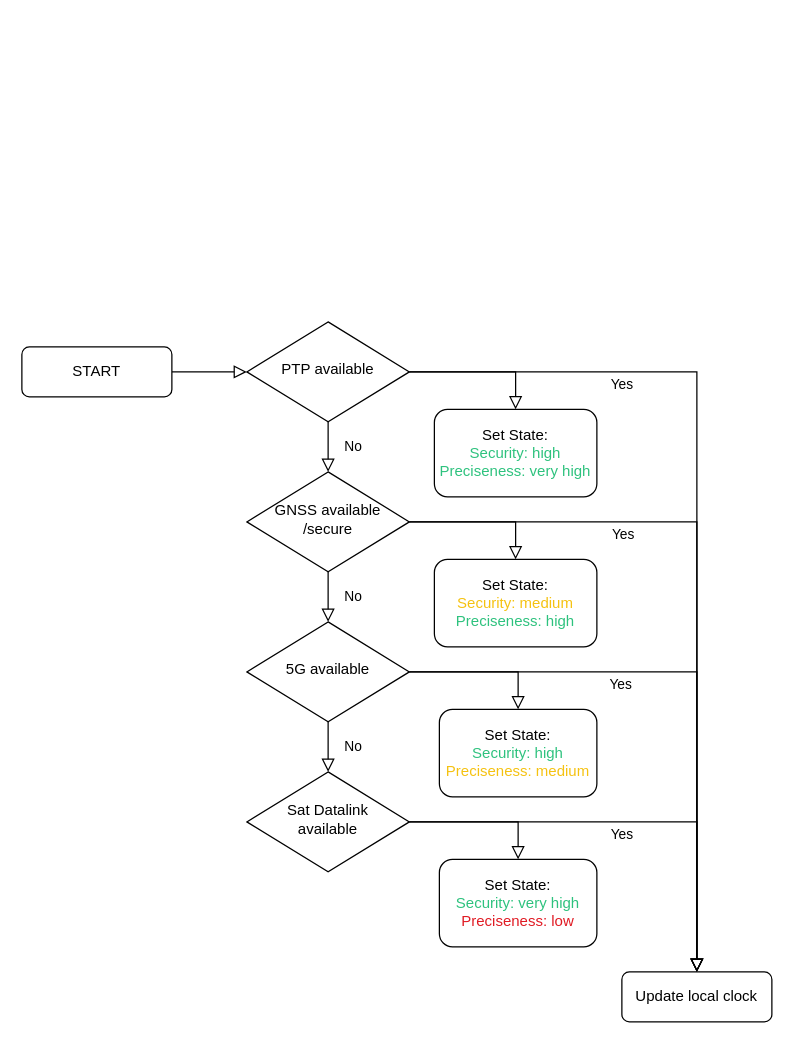
Above: time_sync.drawio in jahknem/SNCF_showcase (draw.io), before the change. Source tidied: cells renumbered, new cells numbered last; positions are measured from the earlier drawing's top-left corner, leaving out a move shared by most shapes. Both pictures are drawn from the tidied source at 125%, with x=0, y=0 at pixel (21, 321).
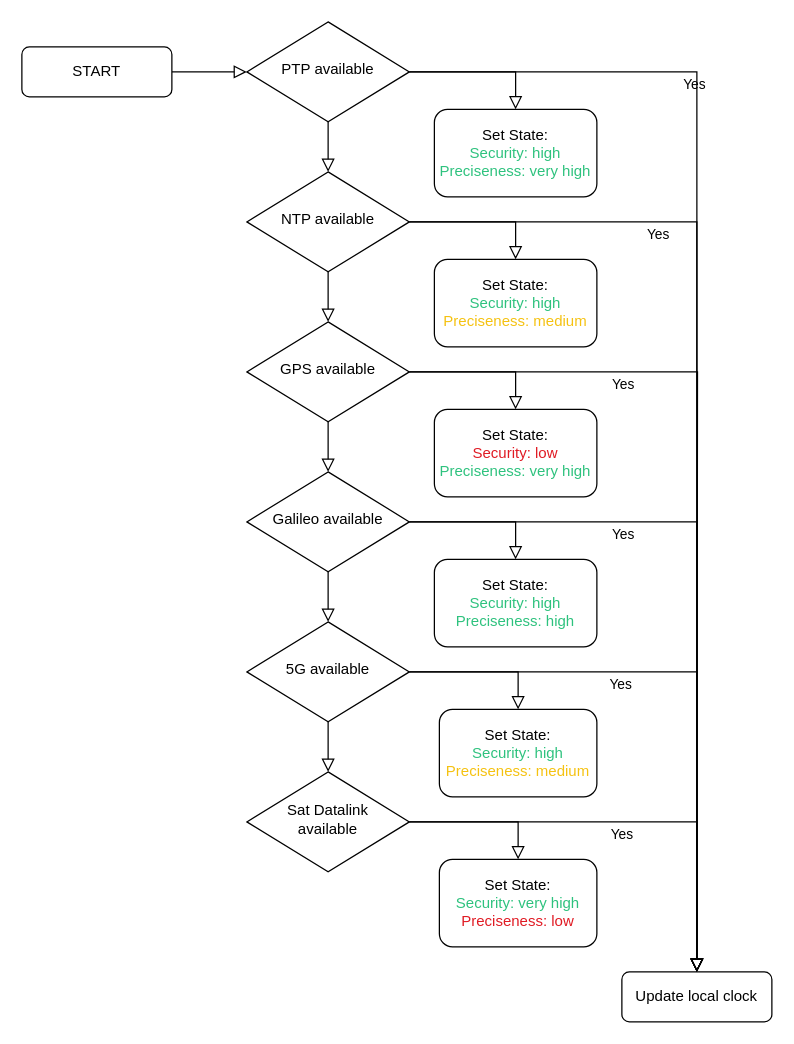
The same page after the edit.

Unchanged cells that the change refers to:
```xml
<mxCell id="7" value="Update local clock" style="rounded=1;whiteSpace=wrap;html=1;fontSize=12;glass=0;strokeWidth=1;shadow=0;" parent="1" vertex="1">
  <mxGeometry x="480" y="520" width="120" height="40" as="geometry" />
</mxCell>
<mxCell id="11" value="5G available" style="rhombus;whiteSpace=wrap;html=1;shadow=0;fontFamily=Helvetica;fontSize=12;align=center;strokeWidth=1;spacing=6;spacingTop=-4;" parent="1" vertex="1">
  <mxGeometry x="180" y="240" width="130" height="80" as="geometry" />
</mxCell>
<mxCell id="13" value="&lt;div&gt;Sat Datalink&lt;/div&gt;&lt;div&gt;available&lt;/div&gt;" style="rhombus;whiteSpace=wrap;html=1;shadow=0;fontFamily=Helvetica;fontSize=12;align=center;strokeWidth=1;spacing=6;spacingTop=-4;" parent="1" vertex="1">
  <mxGeometry x="180" y="360" width="130" height="80" as="geometry" />
</mxCell>
```

The edit, as a diff of the source:
```diff
@@
     <mxCell id="3" value="START" style="rounded=1;whiteSpace=wrap;html=1;fontSize=12;glass=0;strokeWidth=1;shadow=0;" parent="1" vertex="1">
-      <mxGeometry y="20" width="120" height="40" as="geometry" />
+      <mxGeometry y="-220" width="120" height="40" as="geometry" />
     </mxCell>
-    <mxCell id="4" value="No" style="rounded=0;html=1;jettySize=auto;fontSize=11;endArrow=block;endFill=0;endSize=8;strokeWidth=1;shadow=0;labelBackgroundColor=none;edgeStyle=orthogonalEdgeStyle;" parent="1" edge="1" source="6" target="9">
-      <mxGeometry y="20" relative="1" as="geometry" />
-    </mxCell>
-    <mxCell id="5" value="Yes" style="edgeStyle=orthogonalEdgeStyle;rounded=0;html=1;jettySize=auto;fontSize=11;endArrow=block;endFill=0;endSize=8;strokeWidth=1;shadow=0;labelBackgroundColor=none;" parent="1" edge="1" source="6" target="7">
+    <mxCell id="5" value="Yes" style="edgeStyle=orthogonalEdgeStyle;rounded=0;html=1;jettySize=auto;fontSize=11;endArrow=block;endFill=0;endSize=8;strokeWidth=1;shadow=0;labelBackgroundColor=none;entryX=0.5;entryY=0;entryDx=0;entryDy=0;" parent="1" edge="1" source="6" target="7">
       <mxGeometry x="-0.52" y="-10" relative="1" as="geometry" />
     </mxCell>
     <mxCell id="6" value="PTP available" style="rhombus;whiteSpace=wrap;html=1;shadow=0;fontFamily=Helvetica;fontSize=12;align=center;strokeWidth=1;spacing=6;spacingTop=-4;" parent="1" vertex="1">
-      <mxGeometry x="180" width="130" height="80" as="geometry" />
+      <mxGeometry x="180" y="-240" width="130" height="80" as="geometry" />
     </mxCell>
+    <mxCell id="16" value="&lt;div&gt;Set State: &lt;span style=&quot;color: light-dark(rgb(46, 194, 126), rgb(237, 237, 237));&quot;&gt;&lt;br&gt;&lt;/span&gt;&lt;/div&gt;&lt;div&gt;&lt;span style=&quot;color: light-dark(rgb(46, 194, 126), rgb(237, 237, 237));&quot;&gt;Security: high&lt;/span&gt;&lt;/div&gt;&lt;div&gt;&lt;span style=&quot;color: light-dark(rgb(46, 194, 126), rgb(237, 237, 237));&quot;&gt;Preciseness: very high&lt;/span&gt;&lt;/div&gt;" style="rounded=1;whiteSpace=wrap;html=1;fontSize=12;glass=0;strokeWidth=1;shadow=0;" parent="1" vertex="1">
+      <mxGeometry x="330" y="-170" width="130" height="70" as="geometry" />
+    </mxCell>
+    <mxCell id="17" style="rounded=0;html=1;jettySize=auto;fontSize=11;endArrow=block;endFill=0;endSize=8;strokeWidth=1;shadow=0;labelBackgroundColor=none;edgeStyle=orthogonalEdgeStyle;entryX=0.5;entryY=0;entryDx=0;entryDy=0;" parent="1" edge="1" source="6" target="16">
+      <mxGeometry y="20" relative="1" as="geometry" />
+    </mxCell>
+    <mxCell id="24" style="rounded=0;html=1;jettySize=auto;fontSize=11;endArrow=block;endFill=0;endSize=8;strokeWidth=1;shadow=0;labelBackgroundColor=none;edgeStyle=orthogonalEdgeStyle;entryX=0.5;entryY=0;entryDx=0;entryDy=0;" parent="1" edge="1" source="6">
+      <mxGeometry y="20" relative="1" as="geometry">
+        <mxPoint x="245" y="-120" as="targetPoint" />
+      </mxGeometry>
+    </mxCell>
@@
-    <mxCell id="8" value="Yes" style="edgeStyle=orthogonalEdgeStyle;rounded=0;html=1;jettySize=auto;fontSize=11;endArrow=block;endFill=0;endSize=8;strokeWidth=1;shadow=0;labelBackgroundColor=none;entryX=0.5;entryY=0;entryDx=0;entryDy=0;" parent="1" edge="1" source="9" target="7">
-      <mxGeometry x="-0.42" y="-10" relative="1" as="geometry" />
-    </mxCell>
-    <mxCell id="9" value="&lt;div&gt;GNSS available&lt;/div&gt;&lt;div&gt;/secure&lt;/div&gt;" style="rhombus;whiteSpace=wrap;html=1;shadow=0;fontFamily=Helvetica;fontSize=12;align=center;strokeWidth=1;spacing=6;spacingTop=-4;" parent="1" vertex="1">
-      <mxGeometry x="180" y="120" width="130" height="80" as="geometry" />
-    </mxCell>
+    <mxCell id="25" value="Yes" style="edgeStyle=orthogonalEdgeStyle;rounded=0;html=1;jettySize=auto;fontSize=11;endArrow=block;endFill=0;endSize=8;strokeWidth=1;shadow=0;labelBackgroundColor=none;entryX=0.5;entryY=0;entryDx=0;entryDy=0;" parent="1" edge="1" source="26" target="7">
+      <mxGeometry x="-0.42" y="-10" relative="1" as="geometry" />
+    </mxCell>
+    <mxCell id="26" value="&lt;div&gt;Galileo available&lt;/div&gt;" style="rhombus;whiteSpace=wrap;html=1;shadow=0;fontFamily=Helvetica;fontSize=12;align=center;strokeWidth=1;spacing=6;spacingTop=-4;" parent="1" vertex="1">
+      <mxGeometry x="180" y="120" width="130" height="80" as="geometry" />
+    </mxCell>
@@
-    <mxCell id="12" value="No" style="rounded=0;html=1;jettySize=auto;fontSize=11;endArrow=block;endFill=0;endSize=8;strokeWidth=1;shadow=0;labelBackgroundColor=none;edgeStyle=orthogonalEdgeStyle;exitX=0.5;exitY=1;exitDx=0;exitDy=0;" parent="1" edge="1" source="9" target="11">
-      <mxGeometry y="20" relative="1" as="geometry" />
-    </mxCell>
+    <mxCell id="27" style="rounded=0;html=1;jettySize=auto;fontSize=11;endArrow=block;endFill=0;endSize=8;strokeWidth=1;shadow=0;labelBackgroundColor=none;edgeStyle=orthogonalEdgeStyle;exitX=0.5;exitY=1;exitDx=0;exitDy=0;" parent="1" edge="1" source="26" target="11">
+      <mxGeometry y="20" relative="1" as="geometry" />
+    </mxCell>
@@
-    <mxCell id="14" value="No" style="rounded=0;html=1;jettySize=auto;fontSize=11;endArrow=block;endFill=0;endSize=8;strokeWidth=1;shadow=0;labelBackgroundColor=none;edgeStyle=orthogonalEdgeStyle;exitX=0.5;exitY=1;exitDx=0;exitDy=0;entryX=0.5;entryY=0;entryDx=0;entryDy=0;" parent="1" edge="1" source="11" target="13">
+    <mxCell id="14" style="rounded=0;html=1;jettySize=auto;fontSize=11;endArrow=block;endFill=0;endSize=8;strokeWidth=1;shadow=0;labelBackgroundColor=none;edgeStyle=orthogonalEdgeStyle;exitX=0.5;exitY=1;exitDx=0;exitDy=0;entryX=0.5;entryY=0;entryDx=0;entryDy=0;" parent="1" edge="1" source="11" target="13">
       <mxGeometry y="20" relative="1" as="geometry" />
     </mxCell>
@@
-    <mxCell id="16" value="&lt;div&gt;Set State: &lt;span style=&quot;color: light-dark(rgb(46, 194, 126), rgb(237, 237, 237));&quot;&gt;&lt;br&gt;&lt;/span&gt;&lt;/div&gt;&lt;div&gt;&lt;span style=&quot;color: light-dark(rgb(46, 194, 126), rgb(237, 237, 237));&quot;&gt;Security: high&lt;/span&gt;&lt;/div&gt;&lt;div&gt;&lt;span style=&quot;color: light-dark(rgb(46, 194, 126), rgb(237, 237, 237));&quot;&gt;Preciseness: very high&lt;/span&gt;&lt;/div&gt;" style="rounded=1;whiteSpace=wrap;html=1;fontSize=12;glass=0;strokeWidth=1;shadow=0;" parent="1" vertex="1">
-      <mxGeometry x="330" y="70" width="130" height="70" as="geometry" />
-    </mxCell>
-    <mxCell id="17" style="rounded=0;html=1;jettySize=auto;fontSize=11;endArrow=block;endFill=0;endSize=8;strokeWidth=1;shadow=0;labelBackgroundColor=none;edgeStyle=orthogonalEdgeStyle;entryX=0.5;entryY=0;entryDx=0;entryDy=0;" parent="1" edge="1" source="6" target="16">
-      <mxGeometry y="20" relative="1" as="geometry" />
-    </mxCell>
-    <mxCell id="18" style="rounded=0;html=1;jettySize=auto;fontSize=11;endArrow=block;endFill=0;endSize=8;strokeWidth=1;shadow=0;labelBackgroundColor=none;edgeStyle=orthogonalEdgeStyle;entryX=0.5;entryY=0;entryDx=0;entryDy=0;" parent="1" edge="1" source="9" target="21">
-      <mxGeometry y="20" relative="1" as="geometry" />
-    </mxCell>
-    <mxCell id="19" style="rounded=0;html=1;jettySize=auto;fontSize=11;endArrow=block;endFill=0;endSize=8;strokeWidth=1;shadow=0;labelBackgroundColor=none;edgeStyle=orthogonalEdgeStyle;exitX=1;exitY=0.5;exitDx=0;exitDy=0;entryX=0.5;entryY=0;entryDx=0;entryDy=0;" parent="1" edge="1" source="11" target="22">
-      <mxGeometry y="20" relative="1" as="geometry" />
-    </mxCell>
+    <mxCell id="28" style="rounded=0;html=1;jettySize=auto;fontSize=11;endArrow=block;endFill=0;endSize=8;strokeWidth=1;shadow=0;labelBackgroundColor=none;edgeStyle=orthogonalEdgeStyle;entryX=0.5;entryY=0;entryDx=0;entryDy=0;" parent="1" edge="1" source="26" target="30">
+      <mxGeometry y="20" relative="1" as="geometry" />
+    </mxCell>
+    <mxCell id="29" style="rounded=0;html=1;jettySize=auto;fontSize=11;endArrow=block;endFill=0;endSize=8;strokeWidth=1;shadow=0;labelBackgroundColor=none;edgeStyle=orthogonalEdgeStyle;exitX=1;exitY=0.5;exitDx=0;exitDy=0;entryX=0.5;entryY=0;entryDx=0;entryDy=0;" parent="1" edge="1" source="11" target="31">
+      <mxGeometry y="20" relative="1" as="geometry" />
+    </mxCell>
@@
-    <mxCell id="21" value="&lt;div&gt;Set State: &lt;span style=&quot;color: light-dark(rgb(46, 194, 126), rgb(237, 237, 237));&quot;&gt;&lt;br&gt;&lt;/span&gt;&lt;/div&gt;&lt;div&gt;&lt;span style=&quot;color: light-dark(rgb(245, 194, 17), rgb(237, 237, 237));&quot;&gt;Security: medium&lt;/span&gt;&lt;/div&gt;&lt;div&gt;&lt;span style=&quot;color: light-dark(rgb(46, 194, 126), rgb(237, 237, 237));&quot;&gt;Preciseness: high&lt;/span&gt;&lt;/div&gt;" style="rounded=1;whiteSpace=wrap;html=1;fontSize=12;glass=0;strokeWidth=1;shadow=0;" parent="1" vertex="1">
-      <mxGeometry x="330" y="190" width="130" height="70" as="geometry" />
-    </mxCell>
-    <mxCell id="22" value="&lt;div&gt;Set State: &lt;span style=&quot;color: light-dark(rgb(46, 194, 126), rgb(237, 237, 237));&quot;&gt;&lt;br&gt;&lt;/span&gt;&lt;/div&gt;&lt;div&gt;&lt;span style=&quot;color: light-dark(rgb(46, 194, 126), rgb(237, 237, 237));&quot;&gt;Security: high&lt;/span&gt;&lt;/div&gt;&lt;div&gt;&lt;span style=&quot;color: light-dark(rgb(245, 194, 17), rgb(237, 237, 237));&quot;&gt;Preciseness: medium&lt;/span&gt;&lt;/div&gt;" style="rounded=1;whiteSpace=wrap;html=1;fontSize=12;glass=0;strokeWidth=1;shadow=0;" parent="1" vertex="1">
-      <mxGeometry x="334" y="310" width="126" height="70" as="geometry" />
-    </mxCell>
+    <mxCell id="30" value="&lt;div&gt;Set State: &lt;span style=&quot;color: light-dark(rgb(46, 194, 126), rgb(237, 237, 237));&quot;&gt;&lt;br&gt;&lt;/span&gt;&lt;/div&gt;&lt;div&gt;&lt;span style=&quot;color: light-dark(rgb(46, 194, 126), rgb(237, 237, 237));&quot;&gt;Security: high&lt;/span&gt;&lt;/div&gt;&lt;div&gt;&lt;span style=&quot;color: light-dark(rgb(46, 194, 126), rgb(237, 237, 237));&quot;&gt;Preciseness: high&lt;/span&gt;&lt;/div&gt;" style="rounded=1;whiteSpace=wrap;html=1;fontSize=12;glass=0;strokeWidth=1;shadow=0;" parent="1" vertex="1">
+      <mxGeometry x="330" y="190" width="130" height="70" as="geometry" />
+    </mxCell>
+    <mxCell id="31" value="&lt;div&gt;Set State: &lt;span style=&quot;color: light-dark(rgb(46, 194, 126), rgb(237, 237, 237));&quot;&gt;&lt;br&gt;&lt;/span&gt;&lt;/div&gt;&lt;div&gt;&lt;span style=&quot;color: light-dark(rgb(46, 194, 126), rgb(237, 237, 237));&quot;&gt;Security: high&lt;/span&gt;&lt;/div&gt;&lt;div&gt;&lt;span style=&quot;color: light-dark(rgb(245, 194, 17), rgb(237, 237, 237));&quot;&gt;Preciseness: medium&lt;/span&gt;&lt;/div&gt;" style="rounded=1;whiteSpace=wrap;html=1;fontSize=12;glass=0;strokeWidth=1;shadow=0;" parent="1" vertex="1">
+      <mxGeometry x="334" y="310" width="126" height="70" as="geometry" />
+    </mxCell>
@@
+    <mxCell id="32" style="rounded=0;html=1;jettySize=auto;fontSize=11;endArrow=block;endFill=0;endSize=8;strokeWidth=1;shadow=0;labelBackgroundColor=none;edgeStyle=orthogonalEdgeStyle;" parent="1" edge="1" source="34">
+      <mxGeometry y="20" relative="1" as="geometry">
+        <mxPoint x="245" y="120" as="targetPoint" />
+      </mxGeometry>
+    </mxCell>
+    <mxCell id="33" value="Yes" style="edgeStyle=orthogonalEdgeStyle;rounded=0;html=1;jettySize=auto;fontSize=11;endArrow=block;endFill=0;endSize=8;strokeWidth=1;shadow=0;labelBackgroundColor=none;" parent="1" edge="1" source="34">
+      <mxGeometry x="-0.52" y="-10" relative="1" as="geometry">
+        <mxPoint x="540" y="520" as="targetPoint" />
+      </mxGeometry>
+    </mxCell>
+    <mxCell id="34" value="GPS available" style="rhombus;whiteSpace=wrap;html=1;shadow=0;fontFamily=Helvetica;fontSize=12;align=center;strokeWidth=1;spacing=6;spacingTop=-4;" parent="1" vertex="1">
+      <mxGeometry x="180" width="130" height="80" as="geometry" />
+    </mxCell>
+    <mxCell id="35" value="&lt;div&gt;Set State: &lt;span style=&quot;color: light-dark(rgb(46, 194, 126), rgb(237, 237, 237));&quot;&gt;&lt;br&gt;&lt;/span&gt;&lt;/div&gt;&lt;div&gt;&lt;span style=&quot;color: light-dark(rgb(224, 27, 36), rgb(237, 237, 237));&quot;&gt;Security: low&lt;/span&gt;&lt;/div&gt;&lt;div&gt;&lt;span style=&quot;color: light-dark(rgb(46, 194, 126), rgb(237, 237, 237));&quot;&gt;Preciseness: very high&lt;/span&gt;&lt;/div&gt;" style="rounded=1;whiteSpace=wrap;html=1;fontSize=12;glass=0;strokeWidth=1;shadow=0;" parent="1" vertex="1">
+      <mxGeometry x="330" y="70" width="130" height="70" as="geometry" />
+    </mxCell>
+    <mxCell id="36" style="rounded=0;html=1;jettySize=auto;fontSize=11;endArrow=block;endFill=0;endSize=8;strokeWidth=1;shadow=0;labelBackgroundColor=none;edgeStyle=orthogonalEdgeStyle;entryX=0.5;entryY=0;entryDx=0;entryDy=0;" parent="1" edge="1" source="34" target="35">
+      <mxGeometry y="20" relative="1" as="geometry" />
+    </mxCell>
+    <mxCell id="37" value="NTP available" style="rhombus;whiteSpace=wrap;html=1;shadow=0;fontFamily=Helvetica;fontSize=12;align=center;strokeWidth=1;spacing=6;spacingTop=-4;" parent="1" vertex="1">
+      <mxGeometry x="180" y="-120" width="130" height="80" as="geometry" />
+    </mxCell>
+    <mxCell id="38" value="&lt;div&gt;Set State: &lt;span style=&quot;color: light-dark(rgb(46, 194, 126), rgb(237, 237, 237));&quot;&gt;&lt;br&gt;&lt;/span&gt;&lt;/div&gt;&lt;div&gt;&lt;span style=&quot;color: light-dark(rgb(46, 194, 126), rgb(237, 237, 237));&quot;&gt;Security: high&lt;/span&gt;&lt;/div&gt;&lt;div&gt;&lt;span style=&quot;color: light-dark(rgb(245, 194, 17), rgb(237, 237, 237));&quot;&gt;Preciseness: medium&lt;/span&gt;&lt;/div&gt;" style="rounded=1;whiteSpace=wrap;html=1;fontSize=12;glass=0;strokeWidth=1;shadow=0;" parent="1" vertex="1">
+      <mxGeometry x="330" y="-50" width="130" height="70" as="geometry" />
+    </mxCell>
+    <mxCell id="39" style="rounded=0;html=1;jettySize=auto;fontSize=11;endArrow=block;endFill=0;endSize=8;strokeWidth=1;shadow=0;labelBackgroundColor=none;edgeStyle=orthogonalEdgeStyle;entryX=0.5;entryY=0;entryDx=0;entryDy=0;" parent="1" edge="1" source="37" target="38">
+      <mxGeometry y="20" relative="1" as="geometry" />
+    </mxCell>
+    <mxCell id="40" style="rounded=0;html=1;jettySize=auto;fontSize=11;endArrow=block;endFill=0;endSize=8;strokeWidth=1;shadow=0;labelBackgroundColor=none;edgeStyle=orthogonalEdgeStyle;entryX=0.5;entryY=0;entryDx=0;entryDy=0;" parent="1" edge="1" source="37">
+      <mxGeometry y="20" relative="1" as="geometry">
+        <mxPoint x="245" as="targetPoint" />
+      </mxGeometry>
+    </mxCell>
+    <mxCell id="41" value="Yes" style="edgeStyle=orthogonalEdgeStyle;rounded=0;html=1;jettySize=auto;fontSize=11;endArrow=block;endFill=0;endSize=8;strokeWidth=1;shadow=0;labelBackgroundColor=none;" parent="1" edge="1" source="37" target="7">
+      <mxGeometry x="-0.52" y="-10" relative="1" as="geometry" />
+    </mxCell>
```
